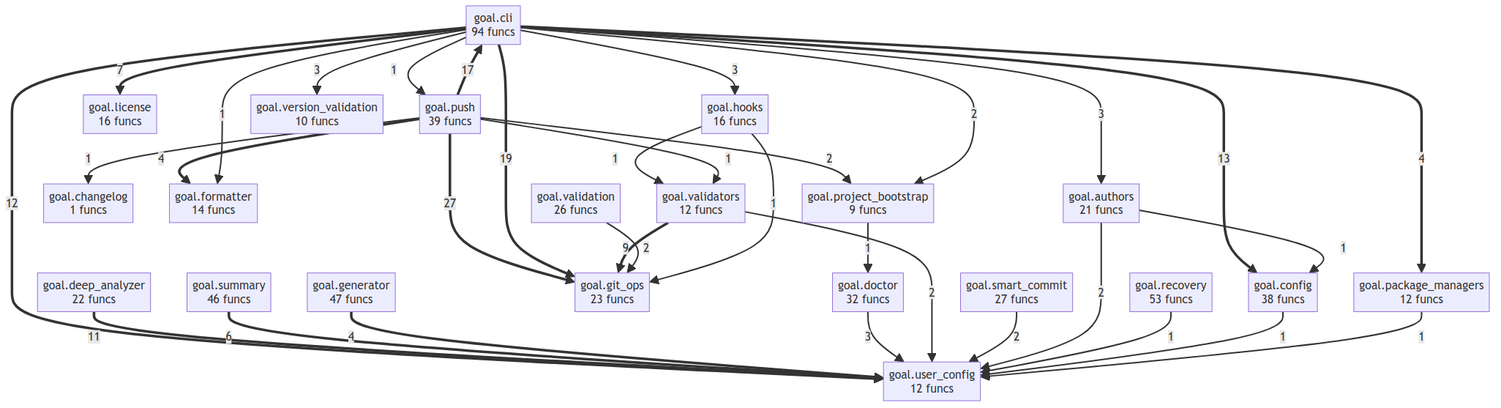
Above: project/compact_flow.png in wronai/goal (Mermaid), before the change. Its source is kept beside it as project/compact_flow.mmd. The source it was exported from:
```mermaid
flowchart TD
    goal__authors["goal.authors<br/>21 funcs"]
    goal__changelog["goal.changelog<br/>1 funcs"]
    goal__cli["goal.cli<br/>94 funcs"]
    goal__config["goal.config<br/>38 funcs"]
    goal__deep_analyzer["goal.deep_analyzer<br/>22 funcs"]
    goal__doctor["goal.doctor<br/>32 funcs"]
    goal__formatter["goal.formatter<br/>14 funcs"]
    goal__generator["goal.generator<br/>47 funcs"]
    goal__git_ops["goal.git_ops<br/>23 funcs"]
    goal__hooks["goal.hooks<br/>16 funcs"]
    goal__license["goal.license<br/>16 funcs"]
    goal__package_managers["goal.package_managers<br/>12 funcs"]
    goal__project_bootstrap["goal.project_bootstrap<br/>9 funcs"]
    goal__push["goal.push<br/>39 funcs"]
    goal__recovery["goal.recovery<br/>53 funcs"]
    goal__smart_commit["goal.smart_commit<br/>27 funcs"]
    goal__summary["goal.summary<br/>46 funcs"]
    goal__user_config["goal.user_config<br/>12 funcs"]
    goal__validation["goal.validation<br/>26 funcs"]
    goal__validators["goal.validators<br/>12 funcs"]
    goal__version_validation["goal.version_validation<br/>10 funcs"]
    goal__push ==>|27| goal__git_ops
    goal__cli ==>|19| goal__git_ops
    goal__push ==>|17| goal__cli
    goal__cli ==>|13| goal__config
    goal__cli ==>|12| goal__user_config
    goal__deep_analyzer ==>|11| goal__user_config
    goal__validators ==>|9| goal__git_ops
    goal__cli ==>|7| goal__license
    goal__summary ==>|6| goal__user_config
    goal__generator ==>|4| goal__user_config
    goal__push ==>|4| goal__formatter
    goal__cli ==>|4| goal__package_managers
    goal__cli -->|3| goal__version_validation
    goal__cli -->|3| goal__hooks
    goal__cli -->|3| goal__authors
    goal__doctor -->|3| goal__user_config
    goal__validators -->|2| goal__user_config
    goal__push -->|2| goal__project_bootstrap
    goal__cli -->|2| goal__project_bootstrap
    goal__validation -->|2| goal__git_ops
    goal__smart_commit -->|2| goal__user_config
    goal__authors -->|2| goal__user_config
    goal__project_bootstrap -->|1| goal__doctor
    goal__hooks -->|1| goal__git_ops
    goal__hooks -->|1| goal__validators
    goal__recovery -->|1| goal__user_config
    goal__push -->|1| goal__validators
    goal__cli -->|1| goal__formatter
    goal__cli -->|1| goal__push
    goal__config -->|1| goal__user_config
    goal__package_managers -->|1| goal__user_config
    goal__authors -->|1| goal__config
    goal__push -->|1| goal__changelog
```
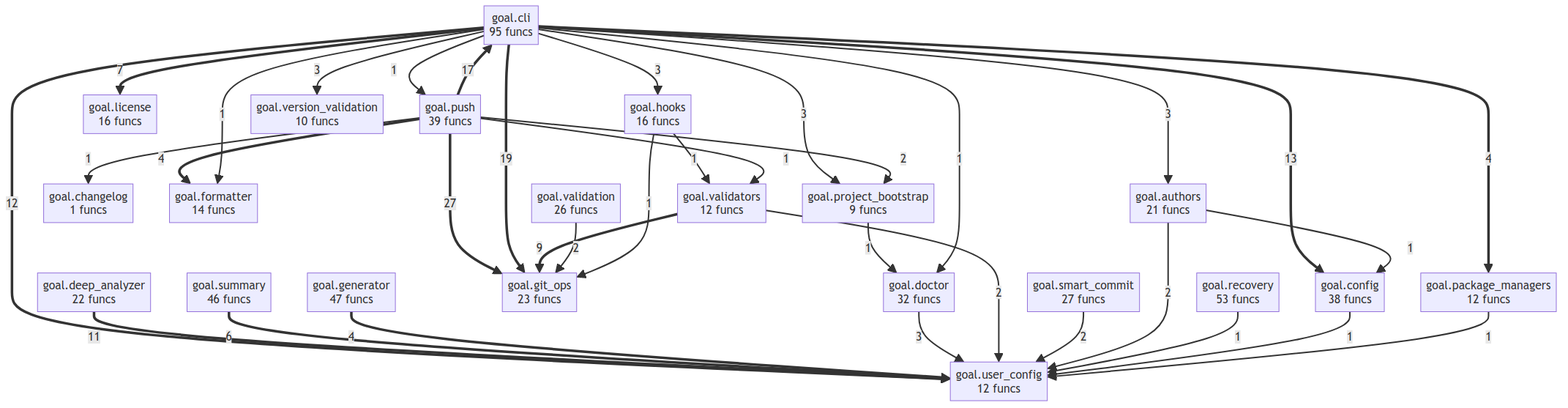
The same file after the commit.

The edit, as a diff of the source:
```diff
@@ -1,7 +1,7 @@
 flowchart TD
     goal__authors["goal.authors<br/>21 funcs"]
     goal__changelog["goal.changelog<br/>1 funcs"]
-    goal__cli["goal.cli<br/>94 funcs"]
+    goal__cli["goal.cli<br/>95 funcs"]
     goal__config["goal.config<br/>38 funcs"]
     goal__deep_analyzer["goal.deep_analyzer<br/>22 funcs"]
     goal__doctor["goal.doctor<br/>32 funcs"]
@@ -35,18 +35,19 @@
     goal__cli -->|3| goal__version_validation
     goal__cli -->|3| goal__hooks
     goal__cli -->|3| goal__authors
+    goal__cli -->|3| goal__project_bootstrap
     goal__doctor -->|3| goal__user_config
     goal__validators -->|2| goal__user_config
     goal__push -->|2| goal__project_bootstrap
-    goal__cli -->|2| goal__project_bootstrap
     goal__validation -->|2| goal__git_ops
     goal__smart_commit -->|2| goal__user_config
     goal__authors -->|2| goal__user_config
     goal__project_bootstrap -->|1| goal__doctor
     goal__hooks -->|1| goal__git_ops
     goal__hooks -->|1| goal__validators
+    goal__push -->|1| goal__validators
     goal__recovery -->|1| goal__user_config
-    goal__push -->|1| goal__validators
+    goal__cli -->|1| goal__doctor
     goal__cli -->|1| goal__formatter
     goal__cli -->|1| goal__push
     goal__config -->|1| goal__user_config
```
